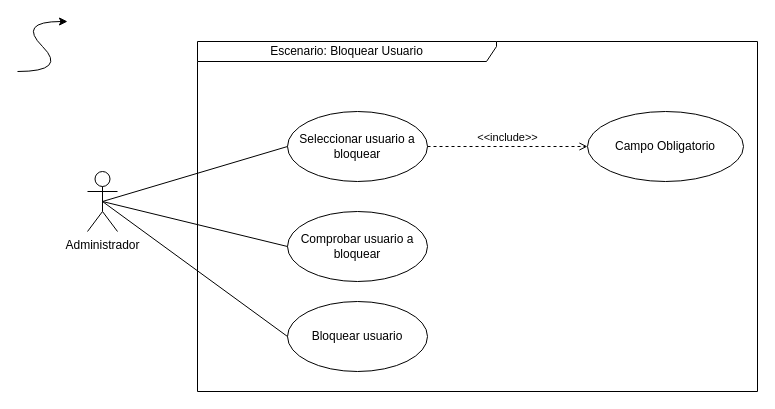
This is page "Bloquear usuario" (6 of 13) of documentacion/Untitled Diagram.drawio from nicasop/PROYECTO_INTEGRADOR_P58, a draw.io file, before an edit. Source tidied: cells renumbered, new cells numbered last; positions are measured from the earlier drawing's top-left corner, leaving out a move shared by most shapes. Both pictures are drawn from the tidied source at 100%, with x=0, y=0 at pixel (17, 21).
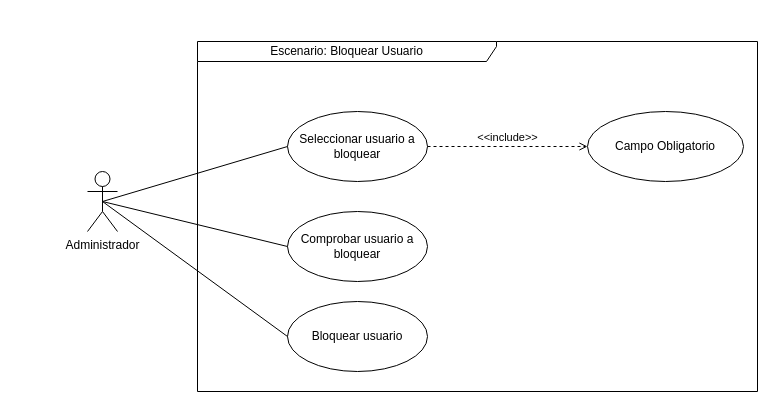
Above is the later version.

What changed in the source:
```diff
@@
 <mxGraphModel>
   <root>
     <mxCell id="0" />
     <mxCell id="1" parent="0" />
     <mxCell id="2" value="Escenario: Bloquear Usuario" style="shape=umlFrame;whiteSpace=wrap;html=1;width=299;height=20;" parent="1" vertex="1">
       <mxGeometry x="180" y="20" width="560" height="350" as="geometry" />
     </mxCell>
     <mxCell id="3" value="Administrador" style="shape=umlActor;verticalLabelPosition=bottom;verticalAlign=top;html=1;" parent="1" vertex="1">
       <mxGeometry x="70" y="150" width="30" height="60" as="geometry" />
     </mxCell>
     <mxCell id="4" value="Seleccionar usuario a bloquear" style="ellipse;whiteSpace=wrap;html=1;" parent="1" vertex="1">
       <mxGeometry x="270" y="90" width="140" height="70" as="geometry" />
     </mxCell>
     <mxCell id="5" value="Comprobar usuario a bloquear" style="ellipse;whiteSpace=wrap;html=1;" parent="1" vertex="1">
       <mxGeometry x="270" y="190" width="140" height="70" as="geometry" />
     </mxCell>
     <mxCell id="6" value="Campo Obligatorio" style="ellipse;whiteSpace=wrap;html=1;" parent="1" vertex="1">
       <mxGeometry x="570" y="90" width="156" height="70" as="geometry" />
     </mxCell>
     <mxCell id="7" style="endArrow=none;html=1;exitX=0.5;exitY=0.5;exitDx=0;exitDy=0;exitPerimeter=0;entryX=0;entryY=0.5;entryDx=0;entryDy=0;" parent="1" edge="1" source="3" target="4">
       <mxGeometry relative="1" as="geometry" />
     </mxCell>
     <mxCell id="8" style="endArrow=none;html=1;exitX=0.5;exitY=0.5;exitDx=0;exitDy=0;exitPerimeter=0;entryX=0;entryY=0.5;entryDx=0;entryDy=0;" parent="1" edge="1" source="3" target="5">
       <mxGeometry relative="1" as="geometry" />
     </mxCell>
     <mxCell id="9" value="&amp;lt;&amp;lt;include&amp;gt;&amp;gt;" style="html=1;verticalAlign=bottom;labelBackgroundColor=none;endArrow=open;endFill=0;dashed=1;exitX=1;exitY=0.5;exitDx=0;exitDy=0;" parent="1" edge="1" source="4">
       <mxGeometry relative="1" as="geometry">
         <mxPoint x="570" y="125" as="targetPoint" />
       </mxGeometry>
     </mxCell>
     <mxCell id="10" value="Bloquear usuario" style="ellipse;whiteSpace=wrap;html=1;" parent="1" vertex="1">
       <mxGeometry x="270" y="280" width="140" height="70" as="geometry" />
     </mxCell>
     <mxCell id="11" style="endArrow=none;html=1;exitX=0.5;exitY=0.5;exitDx=0;exitDy=0;exitPerimeter=0;entryX=0;entryY=0.5;entryDx=0;entryDy=0;" parent="1" edge="1" source="3" target="10">
       <mxGeometry relative="1" as="geometry" />
     </mxCell>
-    <mxCell id="12" style="curved=1;endArrow=classic;html=1;" parent="1" edge="1">
-      <mxGeometry relative="1" as="geometry">
-        <mxPoint y="50" as="sourcePoint" />
-        <mxPoint x="50" as="targetPoint" />
-        <Array as="points">
-          <mxPoint x="50" y="50" />
-          <mxPoint />
-        </Array>
-      </mxGeometry>
-    </mxCell>
   </root>
 </mxGraphModel>
```
